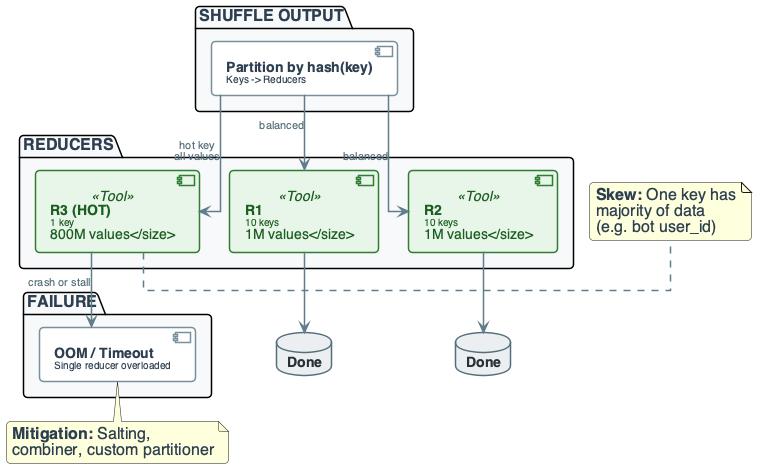
The PlantUML diagram diagrams/week06/week6_lecture_slide29_failure_skew.png in OrPerets/data-engineering-course, before a commit.
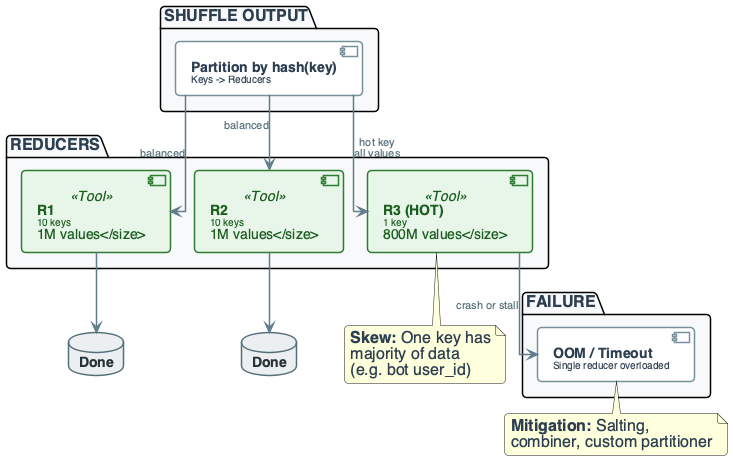
After the commit.

Change to the diagram source:
```diff
@@ -5,8 +5,8 @@
 skinparam shadowing false
 skinparam roundcorner 8
 skinparam handwritten false
-skinparam nodesep 30
-skinparam ranksep 40
+skinparam nodesep 24
+skinparam ranksep 28
 
 skinparam defaultFontName "Segoe UI, Helvetica, sans-serif"
 skinparam defaultFontSize 16
@@ -143,7 +143,7 @@
 R2 --> D2
 R3 --> FAIL : "crash or stall"
 
-note right of R3
+note bottom of R3
   **Skew:** One key has
   majority of data
   (e.g. bot user_id)
```
